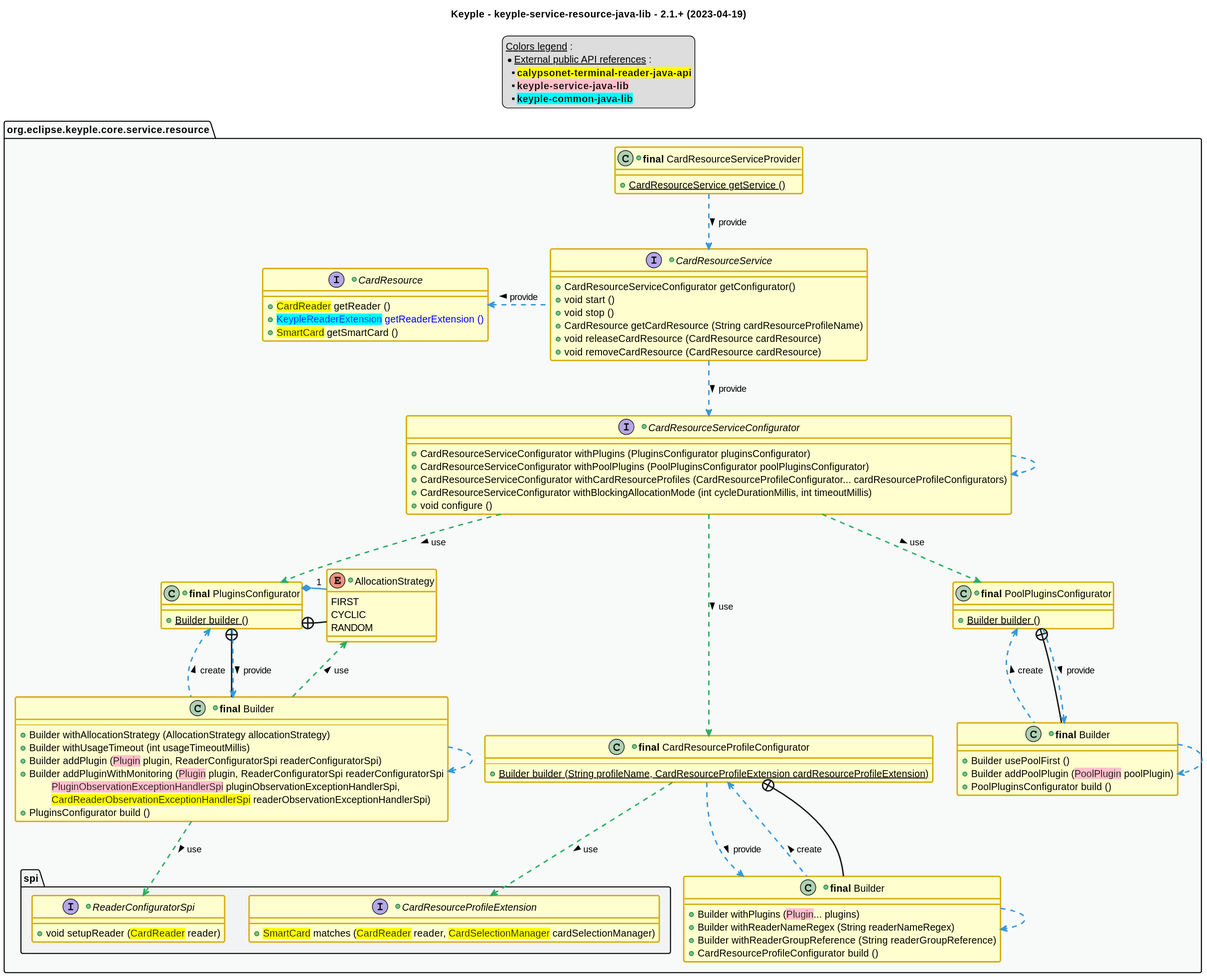
Above: src/main/uml/api_class_diagram.svg in eclipse-keyple/keyple-service-resource-java-lib (PlantUML), before the change.
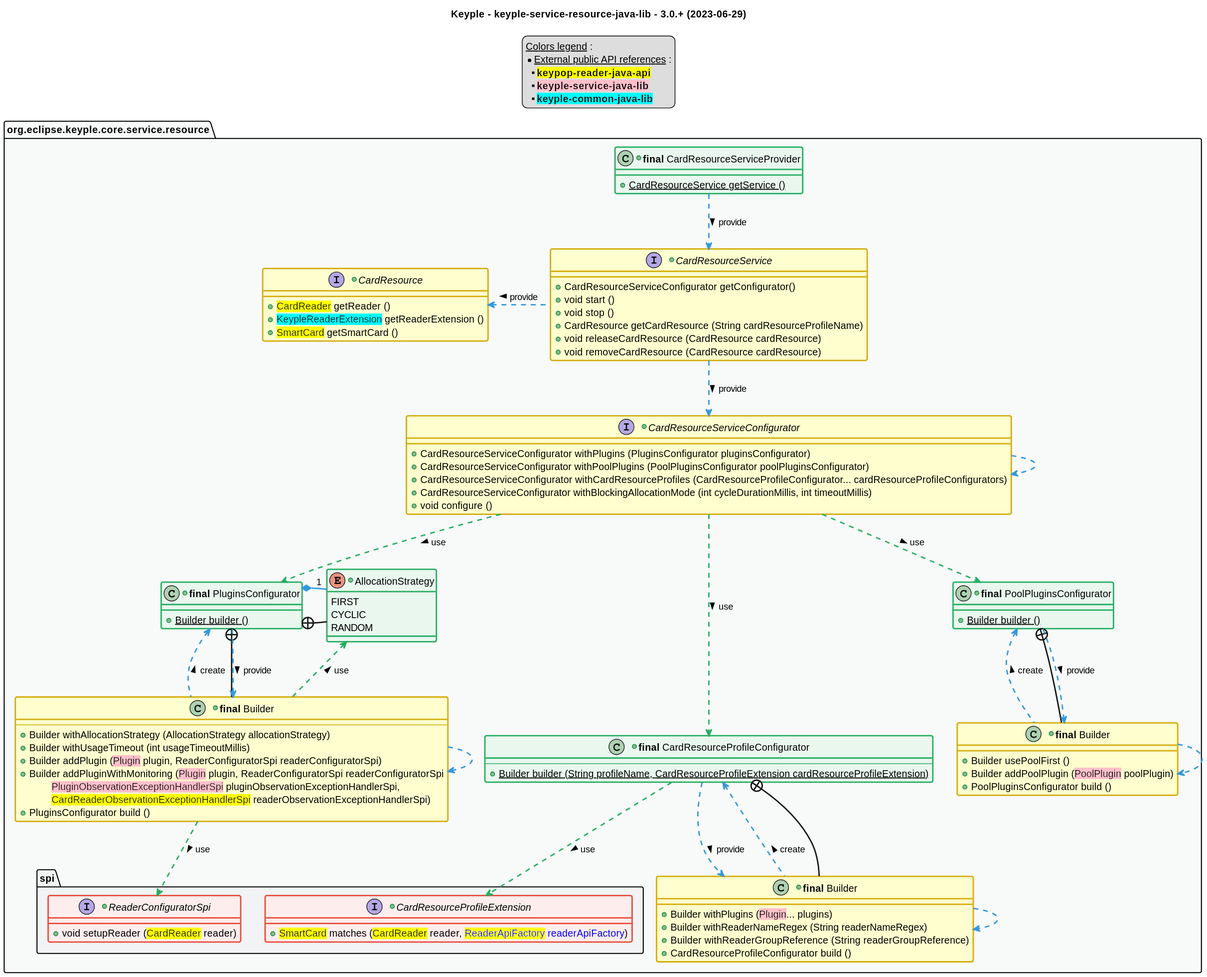
Later version of the same file.

Diff of the diagram source:
```diff
@@ -1,6 +1,6 @@
 @startuml
 title
-    Keyple - keyple-service-resource-java-lib - 2.1.+ (2023-04-19)
+    Keyple - keyple-service-resource-java-lib - 3.0.+ (2023-06-29)
 end title
 
 
@@ -43,14 +43,14 @@
 legend top
     __Colors legend__ :
     * __External public API references__ :
-    ** <back:yellow>**calypsonet-terminal-reader-java-api**</back>
+    ** <back:yellow>**keypop-reader-java-api**</back>
     ** <back:pink>**keyple-service-java-lib**</back>
     ** <back:cyan>**keyple-common-java-lib**</back>
 end legend
 
 package "org.eclipse.keyple.core.service.resource" as resource {
 
-    +class "**final** CardResourceServiceProvider" as CardResourceServiceProvider {
+    +class "**final** CardResourceServiceProvider" as CardResourceServiceProvider <<green>> {
         +{static} CardResourceService getService ()
     }
 
@@ -71,7 +71,7 @@
         +void configure ()
     }
 
-    +class "**final** PluginsConfigurator" as PluginsConfigurator {
+    +class "**final** PluginsConfigurator" as PluginsConfigurator <<green>> {
         +{static} Builder builder ()
     }
     +class "**final** Builder" as PluginsConfiguratorBuilder {
@@ -84,13 +84,13 @@
             \t<back:yellow>CardReaderObservationExceptionHandlerSpi</back> readerObservationExceptionHandlerSpi)
         +PluginsConfigurator build ()
     }
-    +enum AllocationStrategy {
+    +enum AllocationStrategy <<green>> {
         FIRST
         CYCLIC
         RANDOM
     }
 
-    +class "**final** PoolPluginsConfigurator" as PoolPluginsConfigurator {
+    +class "**final** PoolPluginsConfigurator" as PoolPluginsConfigurator <<green>> {
         +{static} Builder builder ()
     }
     +class "**final** Builder" as PoolPluginsConfiguratorBuilder {
@@ -99,7 +99,7 @@
         +PoolPluginsConfigurator build ()
     }
 
-    +class "**final** CardResourceProfileConfigurator" as CardResourceProfileConfigurator {
+    +class "**final** CardResourceProfileConfigurator" as CardResourceProfileConfigurator <<green>> {
         --
         +{static} Builder builder (String profileName, CardResourceProfileExtension cardResourceProfileExtension)
     }
@@ -112,16 +112,16 @@
 
     +interface CardResource {
         +<back:yellow>CardReader</back> getReader ()
-        +<color:blue><back:cyan>KeypleReaderExtension</back> getReaderExtension ()
+        +<back:cyan>KeypleReaderExtension</back> getReaderExtension ()
         +<back:yellow>SmartCard</back> getSmartCard ()
     }
 
     package "spi" as resourceSpi {
-        +interface ReaderConfiguratorSpi {
+        +interface ReaderConfiguratorSpi <<red>> {
             +void setupReader (<back:yellow>CardReader</back> reader)
         }
-        +interface CardResourceProfileExtension {
-            +<back:yellow>SmartCard</back> matches (<back:yellow>CardReader</back> reader, <back:yellow>CardSelectionManager</back> cardSelectionManager)
+        +interface CardResourceProfileExtension <<red>> {
+            +<back:yellow>SmartCard</back> matches (<back:yellow>CardReader</back> reader, <color:blue><back:yellow>ReaderApiFactory</back> readerApiFactory</color>)
         }
     }
 }
```
